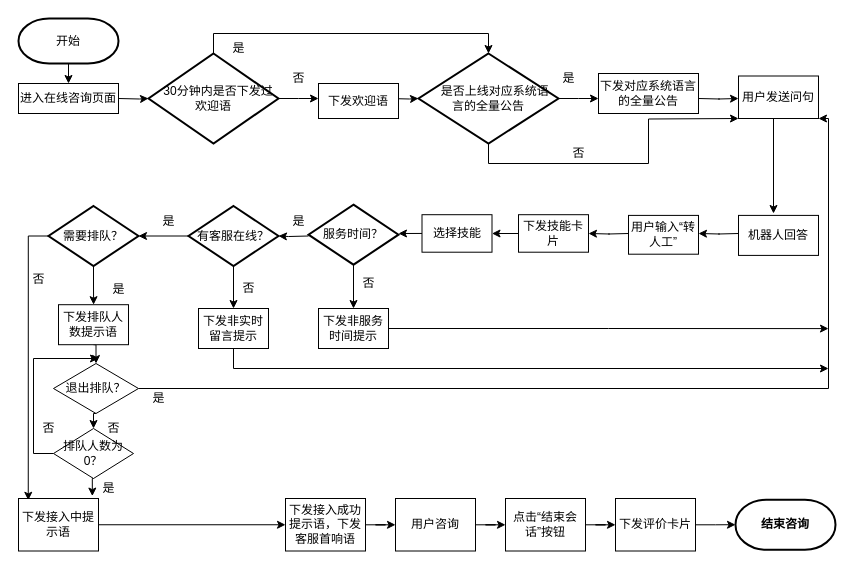
jokerbay/images keeps this draw.io diagram as 在线咨询.drawio. Above is the earlier version. Source tidied: cells renumbered, new cells numbered last; positions are measured from the earlier drawing's top-left corner, leaving out a move shared by most shapes. Both pictures are drawn from the tidied source at 100%, with x=0, y=0 at pixel (18, 18).
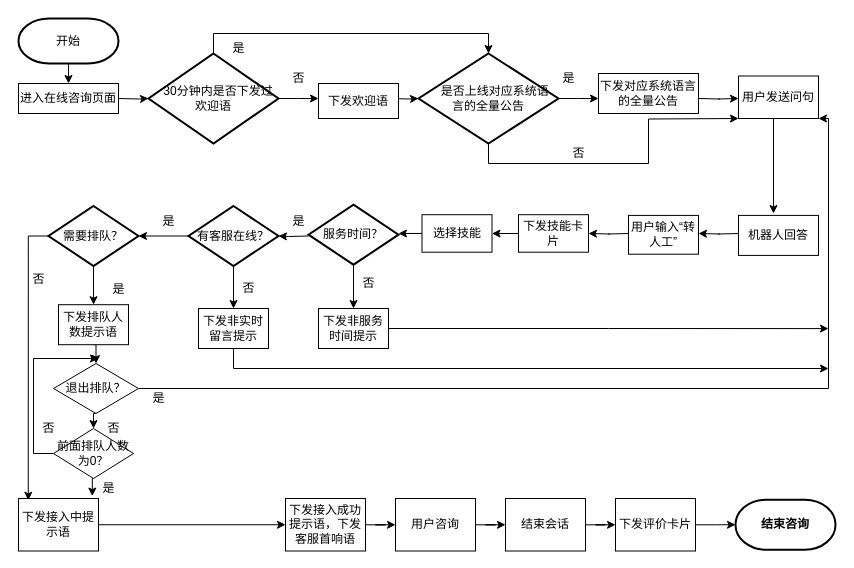
The same page after the edit.

Commit message:
更新在线咨询.drawio

Diff of the diagram source:
```diff
@@
-    <mxCell id="55" value="点击“结束会话”按钮" style="whiteSpace=wrap;html=1;strokeWidth=1;" parent="1" vertex="1">
+    <mxCell id="55" value="结束会话" style="whiteSpace=wrap;html=1;strokeWidth=1;" parent="1" vertex="1">
       <mxGeometry x="487" y="480" width="80" height="52.5" as="geometry" />
     </mxCell>
@@
-    <mxCell id="67" value="排队人数为0？" style="rhombus;whiteSpace=wrap;html=1;" parent="1" vertex="1">
+    <mxCell id="67" value="前面排队人数为0？" style="rhombus;whiteSpace=wrap;html=1;" parent="1" vertex="1">
       <mxGeometry x="35" y="410" width="80" height="50" as="geometry" />
     </mxCell>
```
